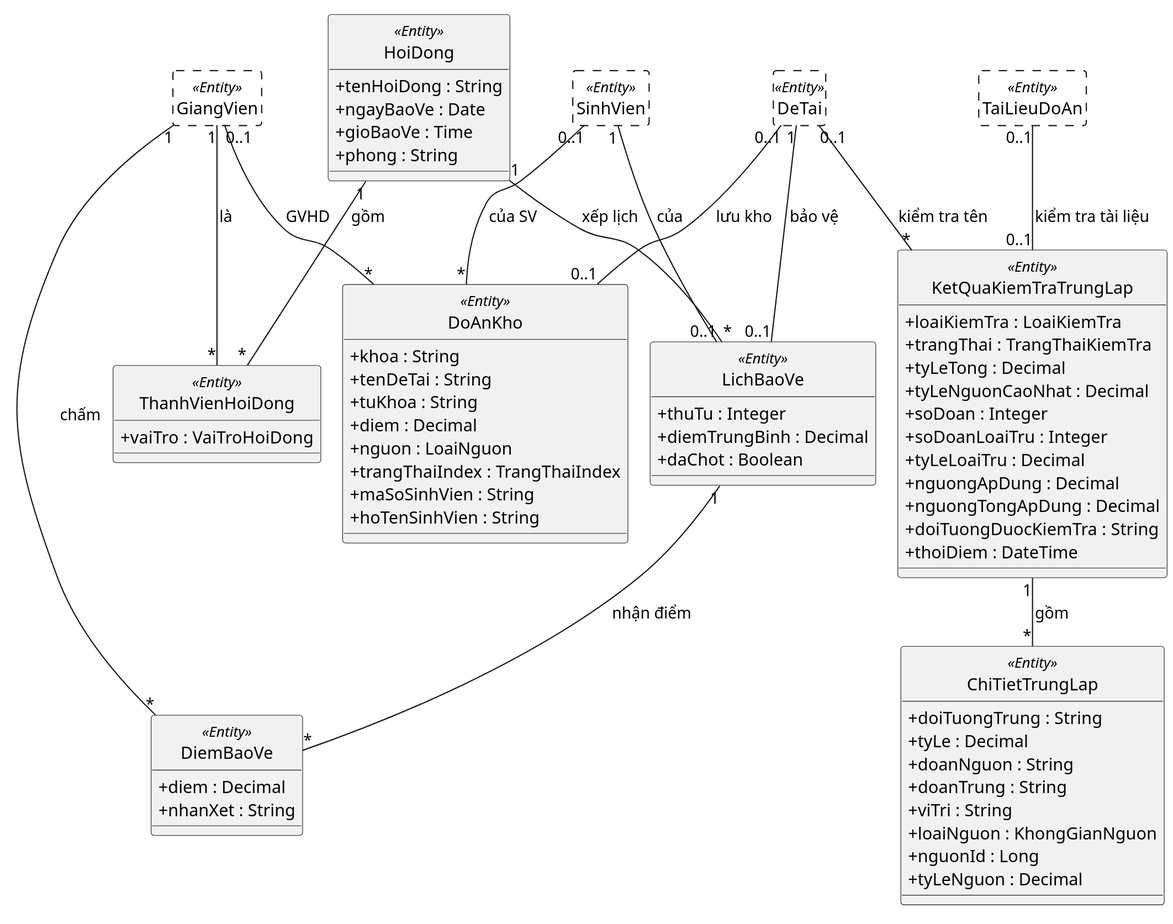
Before: docs/chuong-3-thiet-ke/so-do-lop/lop-thuc-the-bao-ve-kho-trung-lap.svg, a diagram exported from PlantUML (dtc235200036-alt/ICTU-DATN-NguyenThiMaiAnh).
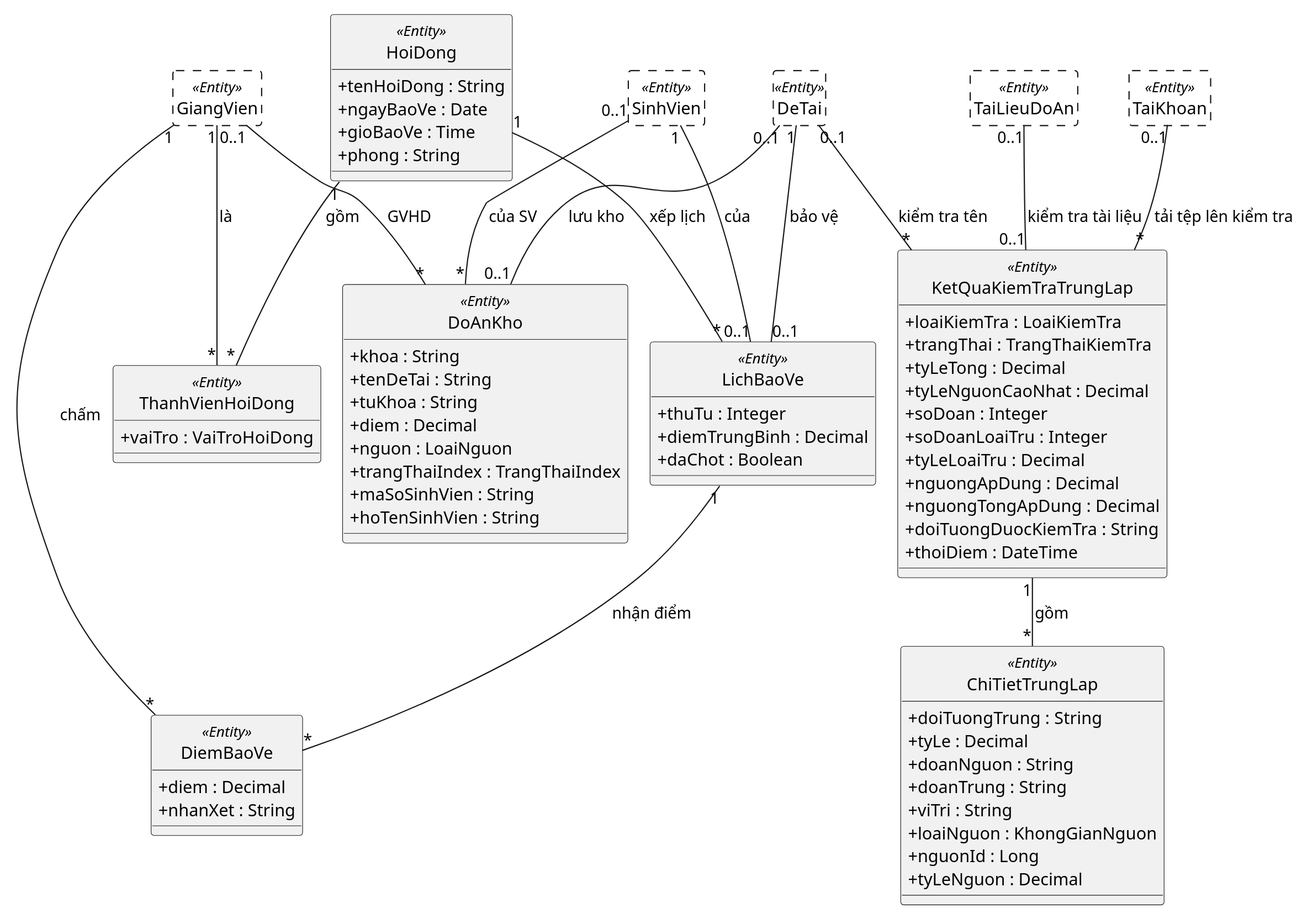
The same diagram one commit later.

The edit, as a diff of the source:
```diff
@@ -13,10 +13,12 @@
 class SinhVien <<Entity>> #FFFFFF;line.dashed
 class GiangVien <<Entity>> #FFFFFF;line.dashed
 class TaiLieuDoAn <<Entity>> #FFFFFF;line.dashed
+class TaiKhoan <<Entity>> #FFFFFF;line.dashed
 hide DeTai members
 hide SinhVien members
 hide GiangVien members
 hide TaiLieuDoAn members
+hide TaiKhoan members
 
 class HoiDong <<Entity>> {
   +tenHoiDong : String
@@ -88,5 +90,6 @@
 GiangVien "0..1" -- "*" DoAnKho : "GVHD"
 DeTai "0..1" -- "*" KetQuaKiemTraTrungLap : "kiểm tra tên"
 TaiLieuDoAn "0..1" -- "0..1" KetQuaKiemTraTrungLap : "kiểm tra tài liệu"
+TaiKhoan "0..1" -- "*" KetQuaKiemTraTrungLap : "tải tệp lên kiểm tra"
 KetQuaKiemTraTrungLap "1" -- "*" ChiTietTrungLap : "gồm"
 @enduml
```
